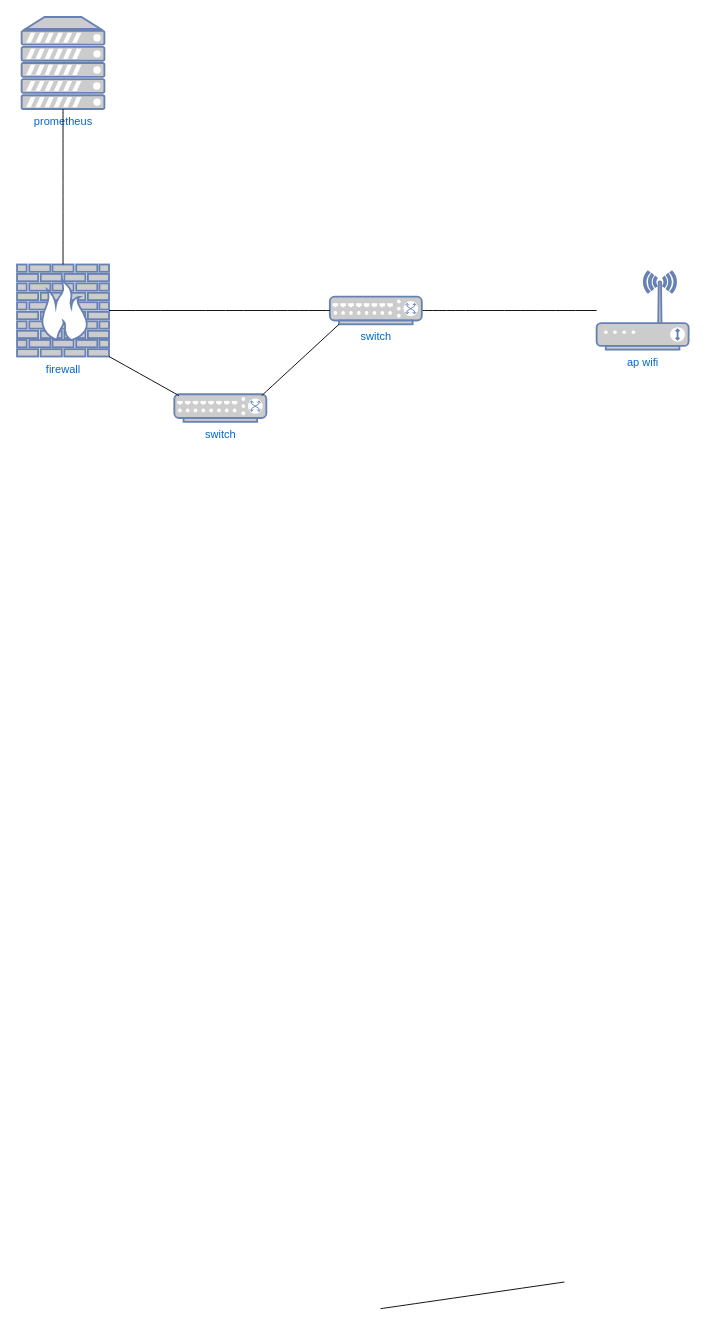
Before: large_diagram.drawio.xml in cyanez-mk/mk-monitorizacion, a draw.io diagram. Source tidied: cells renumbered, new cells numbered last; positions are measured from the earlier drawing's top-left corner, leaving out a move shared by most shapes. Both pictures are drawn from the tidied source at 92%, with x=0, y=0 at pixel (17, 17).
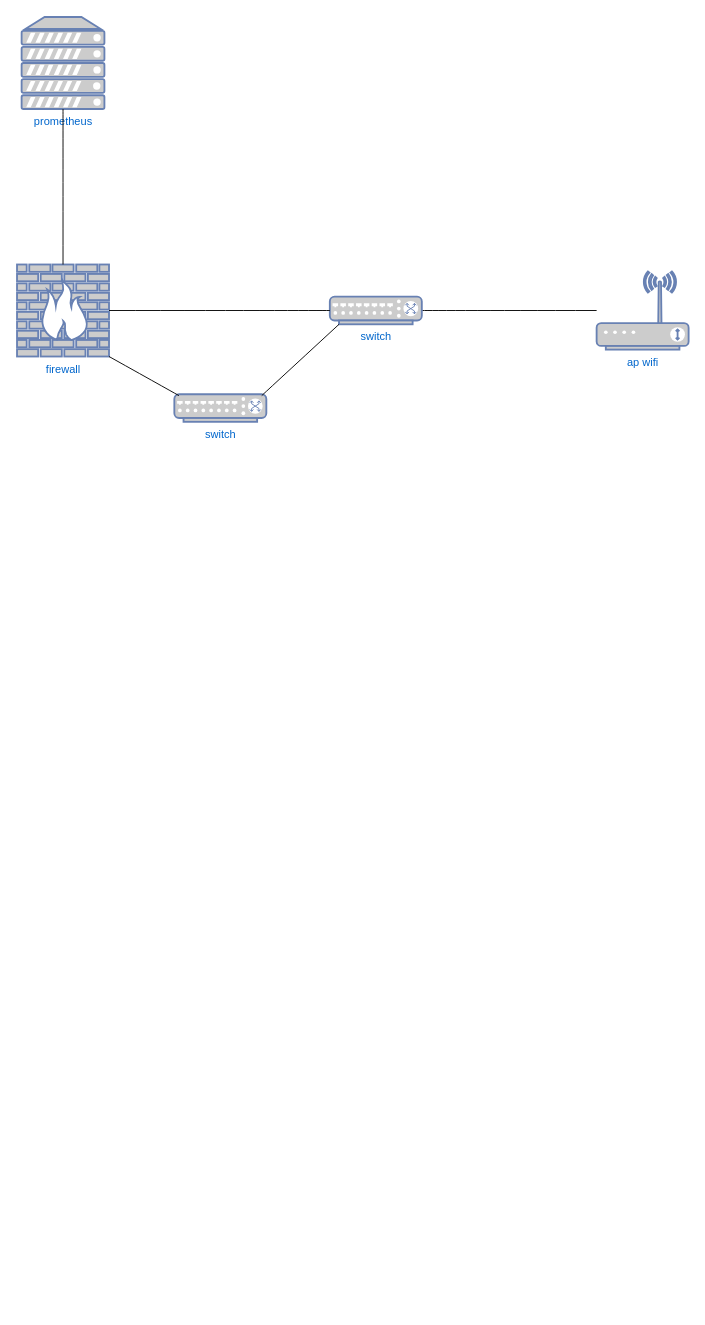
Above is the later version.

What changed in the source:
```diff
@@
-    <mxCell id="2" style="edgeStyle=none;curved=1;rounded=0;orthogonalLoop=1;jettySize=auto;html=1;exitX=1;exitY=0.5;exitDx=0;exitDy=0;exitPerimeter=0;fontSize=12;startSize=8;endSize=8;endArrow=none;endFill=0;" parent="1" edge="1">
-      <mxGeometry relative="1" as="geometry">
-        <mxPoint x="395" y="1404" as="sourcePoint" />
-        <mxPoint x="595" y="1375" as="targetPoint" />
-      </mxGeometry>
-    </mxCell>
```
